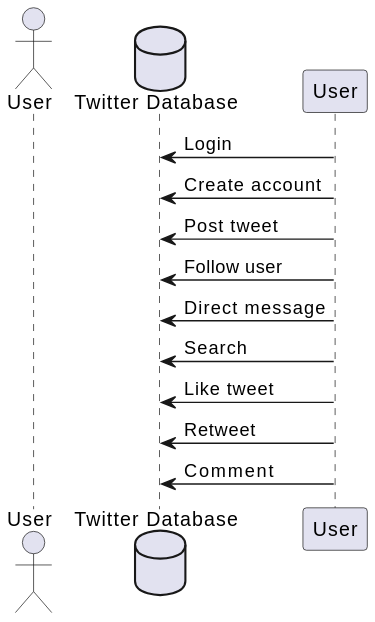
Earlier version of the PlantUML export exported/usecase_diagram.svg (AmirmohammadZarif/OOD-Twitter-Project).
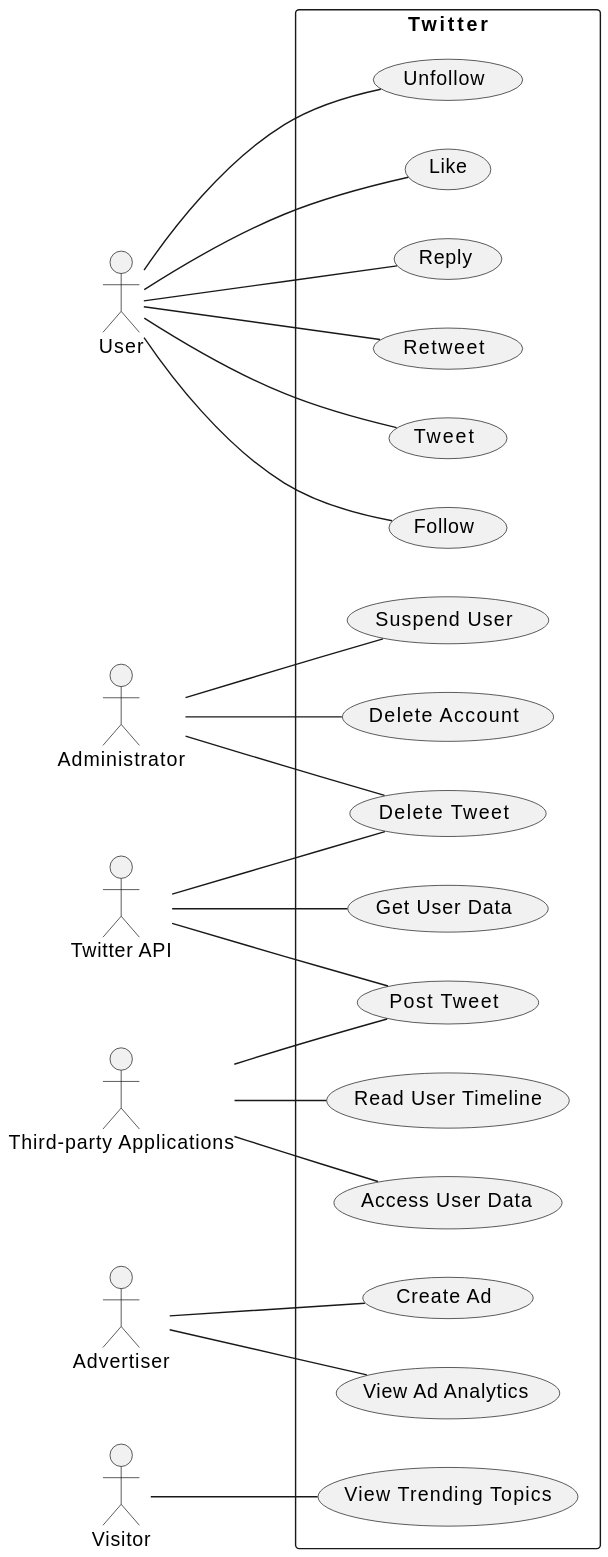
The same diagram one commit later.

Change to the diagram source:
```diff
@@ -1,13 +1,29 @@
 @startuml
-actor User as U
-database "Twitter Database" as DB
-User -> DB : Login
-User -> DB : Create account
-User -> DB : Post tweet
-User -> DB : Follow user
-User -> DB : Direct message
-User -> DB : Search
-User -> DB : Like tweet
-User -> DB : Retweet
-User -> DB : Comment
+left to right direction
+actor "User" as user
+actor "Administrator" as admin
+actor "Twitter API" as api
+actor "Third-party Applications" as app
+actor "Advertiser" as ad
+actor "Visitor" as visitor
+rectangle "Twitter" as twitter {
+  user -- (Tweet)
+  user -- (Follow)
+  user -- (Unfollow)
+  user -- (Like)
+  user -- (Reply)
+  user -- (Retweet)
+  admin -- (Suspend User)
+  admin -- (Delete Tweet)
+  admin -- (Delete Account)
+  api -- (Get User Data)
+  api -- (Post Tweet)
+  api -- (Delete Tweet)
+  app -- (Read User Timeline)
+  app -- (Post Tweet)
+  app -- (Access User Data)
+  ad -- (Create Ad)
+  ad -- (View Ad Analytics)
+  visitor -- (View Trending Topics)
+}
 @enduml
```
